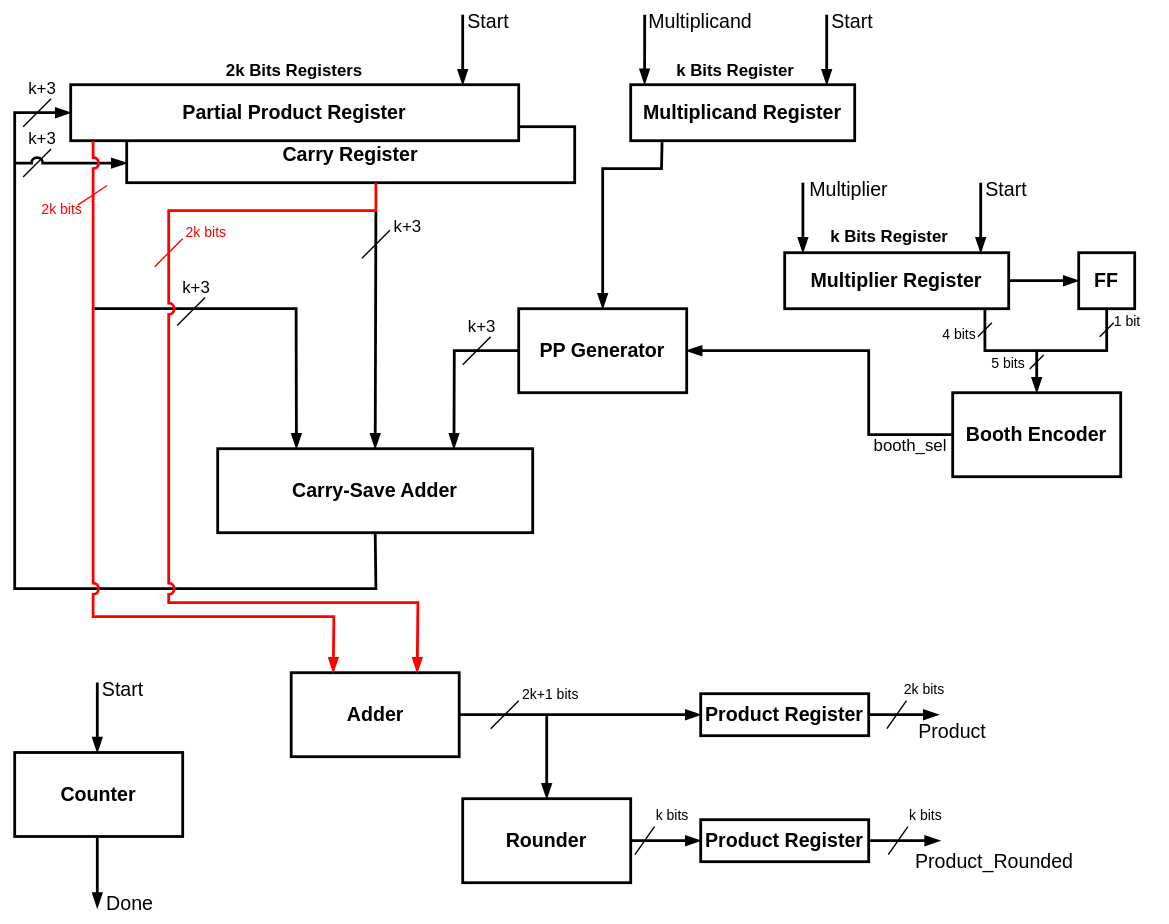
Before: docs/schematic.svg, a diagram exported from draw.io (IlBiondo97/Radix-16-Booth-Encoded-Multiplier). Source tidied: cells renumbered, new cells last; positions are measured from the earlier drawing's top-left corner, leaving out a move shared by most shapes.
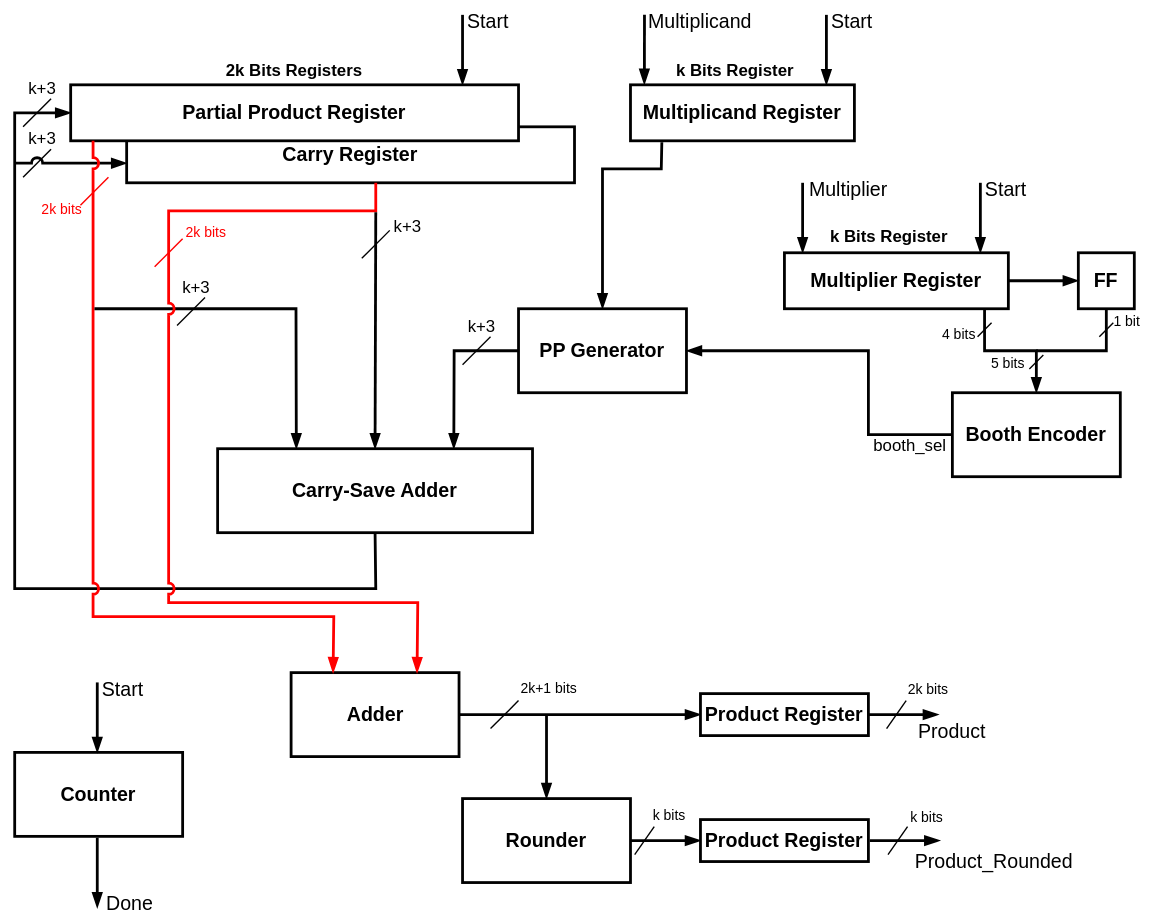
The same diagram one commit later.

Commit message:
fix: adjusted schematic

What changed in the source:
```diff
@@ -213,12 +213,6 @@
         </Array>
       </mxGeometry>
     </mxCell>
-    <mxCell id="47" style="endArrow=none;html=1;rounded=0;strokeColor=light-dark(#ff0000, #121212);" parent="1" edge="1">
-      <mxGeometry relative="1" as="geometry">
-        <mxPoint x="55" y="146" as="sourcePoint" />
-        <mxPoint x="76" y="132" as="targetPoint" />
-      </mxGeometry>
-    </mxCell>
     <mxCell id="48" style="endArrow=blockThin;html=1;rounded=0;entryX=0.25;entryY=0;entryDx=0;entryDy=0;strokeWidth=2;endFill=1;" parent="1" edge="1" target="30">
       <mxGeometry relative="1" as="geometry">
         <mxPoint x="67" y="220" as="sourcePoint" />
@@ -257,9 +251,6 @@
         <mxPoint x="500" y="510" as="targetPoint" />
       </mxGeometry>
     </mxCell>
-    <mxCell id="54" value="&lt;font style=&quot;font-size: 10px; color: rgb(0, 0, 0);&quot;&gt;2k+1 bits&lt;/font&gt;" style="text;html=1;align=center;verticalAlign=middle;whiteSpace=wrap;rounded=0;" parent="1" vertex="1">
-      <mxGeometry x="363" y="480" width="60" height="30" as="geometry" />
-    </mxCell>
     <mxCell id="55" style="endArrow=none;html=1;rounded=0;" parent="1" edge="1">
       <mxGeometry relative="1" as="geometry">
         <mxPoint x="350" y="520" as="sourcePoint" />
@@ -299,9 +290,6 @@
         <mxPoint x="670" y="510" as="targetPoint" />
       </mxGeometry>
     </mxCell>
-    <mxCell id="64" value="&lt;font style=&quot;font-size: 10px; color: rgb(0, 0, 0);&quot;&gt;2k bits&lt;/font&gt;" style="text;html=1;align=center;verticalAlign=middle;whiteSpace=wrap;rounded=0;" parent="1" vertex="1">
-      <mxGeometry x="630" y="477" width="60" height="30" as="geometry" />
-    </mxCell>
     <mxCell id="65" style="endArrow=none;html=1;rounded=0;entryX=0.333;entryY=1;entryDx=0;entryDy=0;entryPerimeter=0;" parent="1" edge="1">
       <mxGeometry relative="1" as="geometry">
         <mxPoint x="633" y="520" as="sourcePoint" />
@@ -316,9 +304,6 @@
         <mxPoint x="500" y="600" as="targetPoint" />
       </mxGeometry>
     </mxCell>
-    <mxCell id="68" value="&lt;font style=&quot;font-size: 10px; color: rgb(0, 0, 0);&quot;&gt;k bits&lt;/font&gt;" style="text;html=1;align=center;verticalAlign=middle;whiteSpace=wrap;rounded=0;" parent="1" vertex="1">
-      <mxGeometry x="450" y="567" width="60" height="30" as="geometry" />
-    </mxCell>
     <mxCell id="69" style="endArrow=none;html=1;rounded=0;entryX=0.333;entryY=1;entryDx=0;entryDy=0;entryPerimeter=0;" parent="1" edge="1">
       <mxGeometry relative="1" as="geometry">
         <mxPoint x="453" y="610" as="sourcePoint" />
@@ -340,9 +325,6 @@
         <mxPoint x="671" y="600" as="targetPoint" />
       </mxGeometry>
     </mxCell>
-    <mxCell id="74" value="&lt;font style=&quot;font-size: 10px; color: rgb(0, 0, 0);&quot;&gt;k bits&lt;/font&gt;" style="text;html=1;align=center;verticalAlign=middle;whiteSpace=wrap;rounded=0;" parent="1" vertex="1">
-      <mxGeometry x="631" y="567" width="60" height="30" as="geometry" />
-    </mxCell>
     <mxCell id="75" style="endArrow=none;html=1;rounded=0;entryX=0.333;entryY=1;entryDx=0;entryDy=0;entryPerimeter=0;" parent="1" edge="1">
       <mxGeometry relative="1" as="geometry">
         <mxPoint x="634" y="610" as="sourcePoint" />
@@ -367,5 +349,23 @@
     <mxCell id="79" value="&lt;font style=&quot;font-size: 14px;&quot;&gt;Done&lt;/font&gt;" style="text;html=1;align=center;verticalAlign=middle;strokeColor=none;fillColor=none;" parent="1" vertex="1">
       <mxGeometry x="62" y="630" width="60" height="30" as="geometry" />
     </mxCell>
+    <mxCell id="80" style="endArrow=none;html=1;rounded=0;strokeColor=light-dark(#ff0000, #ededed);" parent="1" edge="1">
+      <mxGeometry relative="1" as="geometry">
+        <mxPoint x="57" y="146" as="sourcePoint" />
+        <mxPoint x="77" y="126" as="targetPoint" />
+      </mxGeometry>
+    </mxCell>
+    <mxCell id="54" value="&lt;font style=&quot;font-size: 10px;&quot;&gt;2k+1 bits&lt;/font&gt;" style="text;html=1;align=center;verticalAlign=middle;whiteSpace=wrap;rounded=0;" parent="1" vertex="1">
+      <mxGeometry x="362" y="476" width="60" height="30" as="geometry" />
+    </mxCell>
+    <mxCell id="64" value="&lt;font style=&quot;font-size: 10px;&quot;&gt;2k bits&lt;/font&gt;" style="text;html=1;align=center;verticalAlign=middle;whiteSpace=wrap;rounded=0;" parent="1" vertex="1">
+      <mxGeometry x="633" y="477" width="60" height="30" as="geometry" />
+    </mxCell>
+    <mxCell id="81" value="&lt;font style=&quot;font-size: 10px;&quot;&gt;k bits&lt;/font&gt;" style="text;html=1;align=center;verticalAlign=middle;whiteSpace=wrap;rounded=0;" parent="1" vertex="1">
+      <mxGeometry x="448" y="567" width="60" height="30" as="geometry" />
+    </mxCell>
+    <mxCell id="82" value="&lt;font style=&quot;font-size: 10px;&quot;&gt;k bits&lt;/font&gt;" style="text;html=1;align=center;verticalAlign=middle;whiteSpace=wrap;rounded=0;" parent="1" vertex="1">
+      <mxGeometry x="632" y="568" width="60" height="30" as="geometry" />
+    </mxCell>
   </root>
 </mxGraphModel>
```
